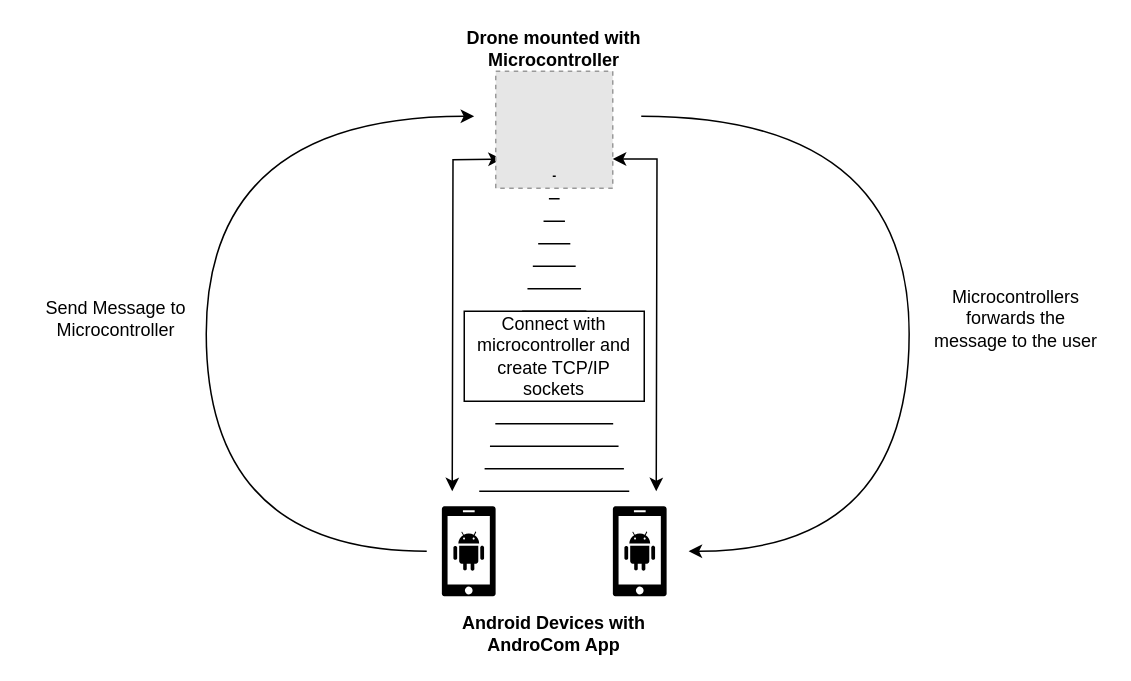
This is Figures/System Architecture Diagram/Draw-io/AndroCom_SystemArchitecture.drawio from imharris24/AndroCom-Android, a draw.io file, before an edit. Source tidied: cells renumbered, new cells numbered last; positions are measured from the earlier drawing's top-left corner, leaving out a move shared by most shapes. Both pictures are drawn from the tidied source at 150%, with x=0, y=0 at pixel (26, 26). Pictures stored in the file or linked from it are replaced by grey dashed boxes.
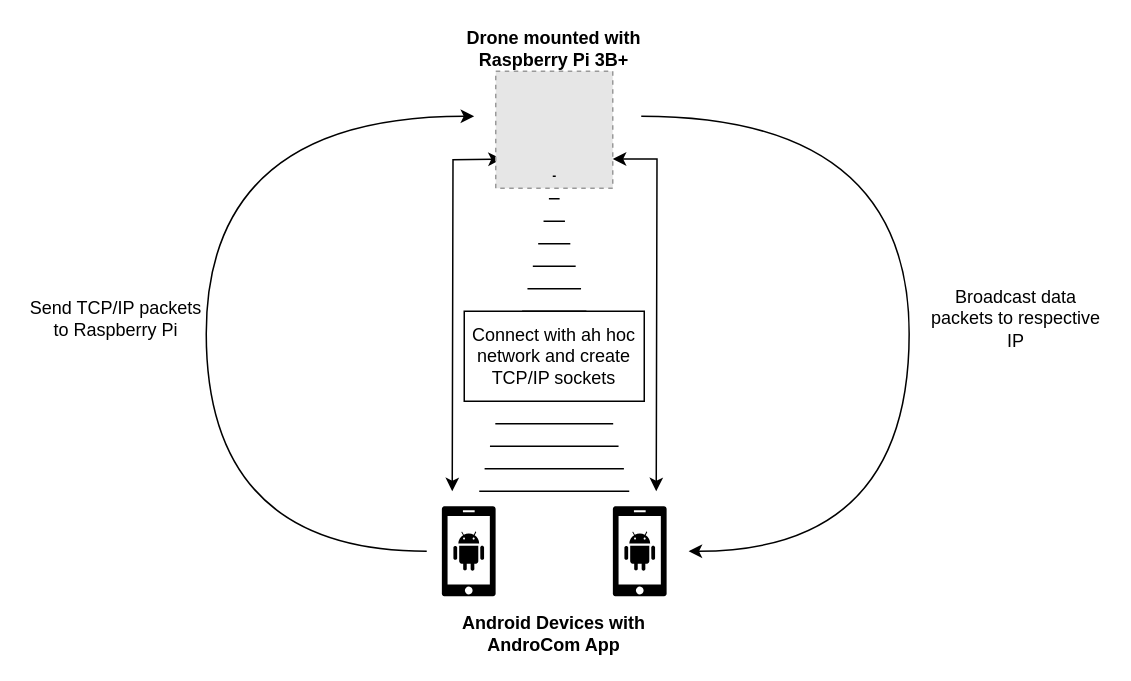
After the change.

Commit message (it also covers changes not shown here):
update architecture diagram

Diff of the diagram source:
```diff
@@
-    <mxCell id="5" value="&lt;b&gt;Drone mounted with Microcontroller&lt;/b&gt;" style="text;html=1;strokeColor=none;fillColor=none;align=center;verticalAlign=middle;whiteSpace=wrap;rounded=0;" parent="1" vertex="1">
+    <mxCell id="5" value="&lt;b&gt;Drone mounted with Raspberry Pi 3B+&lt;/b&gt;" style="text;html=1;strokeColor=none;fillColor=none;align=center;verticalAlign=middle;whiteSpace=wrap;rounded=0;" parent="1" vertex="1">
       <mxGeometry x="284" width="136" height="30" as="geometry" />
     </mxCell>
@@
-    <mxCell id="11" value="Send Message to Microcontroller" style="text;html=1;strokeColor=none;fillColor=none;align=center;verticalAlign=middle;whiteSpace=wrap;rounded=0;rotation=0;" parent="1" vertex="1">
+    <mxCell id="11" value="Send TCP/IP packets to Raspberry Pi" style="text;html=1;strokeColor=none;fillColor=none;align=center;verticalAlign=middle;whiteSpace=wrap;rounded=0;rotation=0;" parent="1" vertex="1">
       <mxGeometry y="180" width="120" height="30" as="geometry" />
     </mxCell>
@@
-    <mxCell id="13" value="Microcontrollers forwards the message to the user" style="text;html=1;strokeColor=none;fillColor=none;align=center;verticalAlign=middle;whiteSpace=wrap;rounded=0;rotation=0;" parent="1" vertex="1">
+    <mxCell id="13" value="Broadcast data packets to respective IP" style="text;html=1;strokeColor=none;fillColor=none;align=center;verticalAlign=middle;whiteSpace=wrap;rounded=0;rotation=0;" parent="1" vertex="1">
       <mxGeometry x="600" y="180" width="120" height="30" as="geometry" />
     </mxCell>
-    <mxCell id="14" value="Connect with microcontroller and create TCP/IP sockets" style="rounded=0;whiteSpace=wrap;html=1;" parent="1" vertex="1">
+    <mxCell id="14" value="Connect with ah hoc network and create TCP/IP sockets" style="rounded=0;whiteSpace=wrap;html=1;" parent="1" vertex="1">
       <mxGeometry x="292" y="190" width="120" height="60" as="geometry" />
     </mxCell>
```
